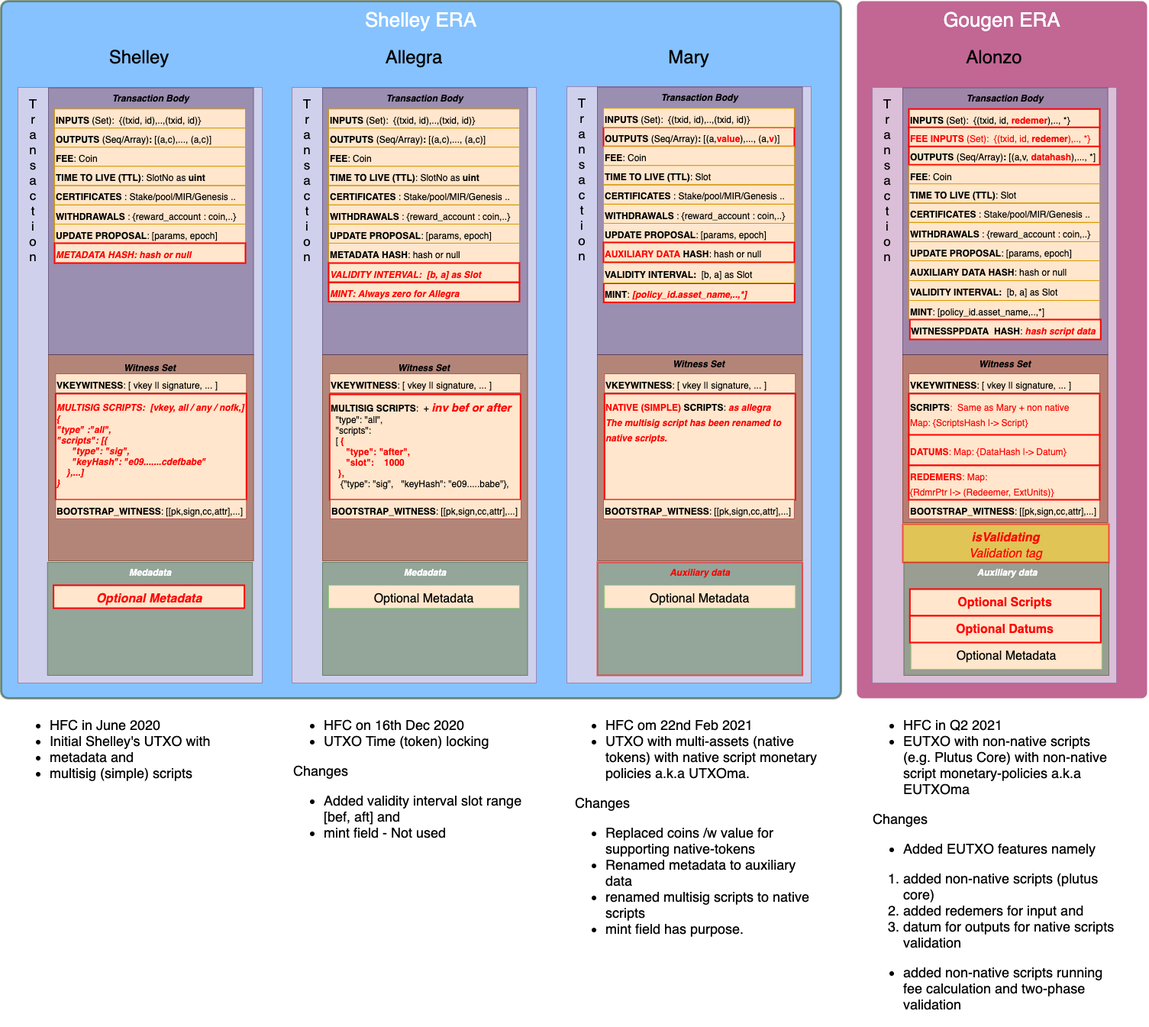
Above: images/ShelleyTransactionChanges4Gougen.png in ilap/ShelleyStuffs (draw.io), before the change. Source tidied: cells renumbered, new cells last; positions are measured from the earlier drawing's top-left corner, leaving out a move shared by most shapes.
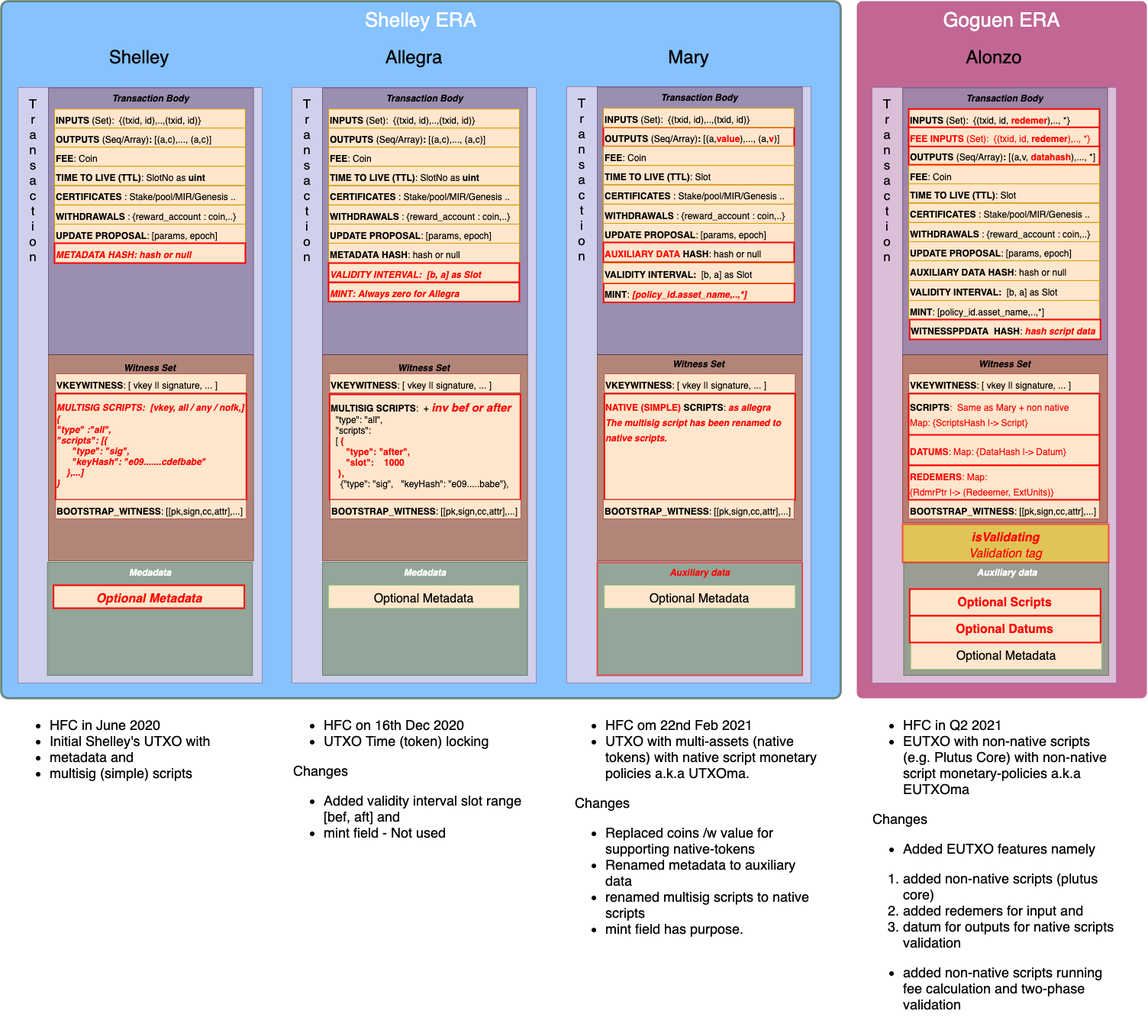
The same file after the commit.

Diff of the diagram source:
```diff
@@ -2,7 +2,7 @@
   <root>
     <mxCell id="0" />
     <mxCell id="1" parent="0" />
-    <mxCell id="2" value="&lt;font style=&quot;font-size: 26px&quot;&gt;Gougen ERA&lt;/font&gt;" style="rounded=1;whiteSpace=wrap;html=1;shadow=0;labelBackgroundColor=none;strokeColor=none;strokeWidth=3;fontFamily=Helvetica;fontSize=14;align=center;spacing=5;fontStyle=0;arcSize=2;perimeterSpacing=2;verticalAlign=top;opacity=60;fillColor=#99004D;fontColor=#FFFFFF;" parent="1" vertex="1">
+    <mxCell id="2" value="&lt;font style=&quot;font-size: 26px&quot;&gt;Goguen ERA&lt;/font&gt;" style="rounded=1;whiteSpace=wrap;html=1;shadow=0;labelBackgroundColor=none;strokeColor=none;strokeWidth=3;fontFamily=Helvetica;fontSize=14;align=center;spacing=5;fontStyle=0;arcSize=2;perimeterSpacing=2;verticalAlign=top;opacity=60;fillColor=#99004D;fontColor=#FFFFFF;" parent="1" vertex="1">
       <mxGeometry x="1121" width="380" height="913" as="geometry" />
     </mxCell>
     <mxCell id="3" value="&lt;font style=&quot;font-size: 26px&quot;&gt;Shelley ERA&lt;/font&gt;" style="rounded=1;whiteSpace=wrap;html=1;shadow=0;labelBackgroundColor=none;strokeColor=#3A5431;strokeWidth=3;fontFamily=Helvetica;fontSize=14;align=center;spacing=5;fontStyle=0;arcSize=1;perimeterSpacing=2;verticalAlign=top;opacity=60;fontColor=#ffffff;fillColor=#3399FF;" parent="1" vertex="1">
```
